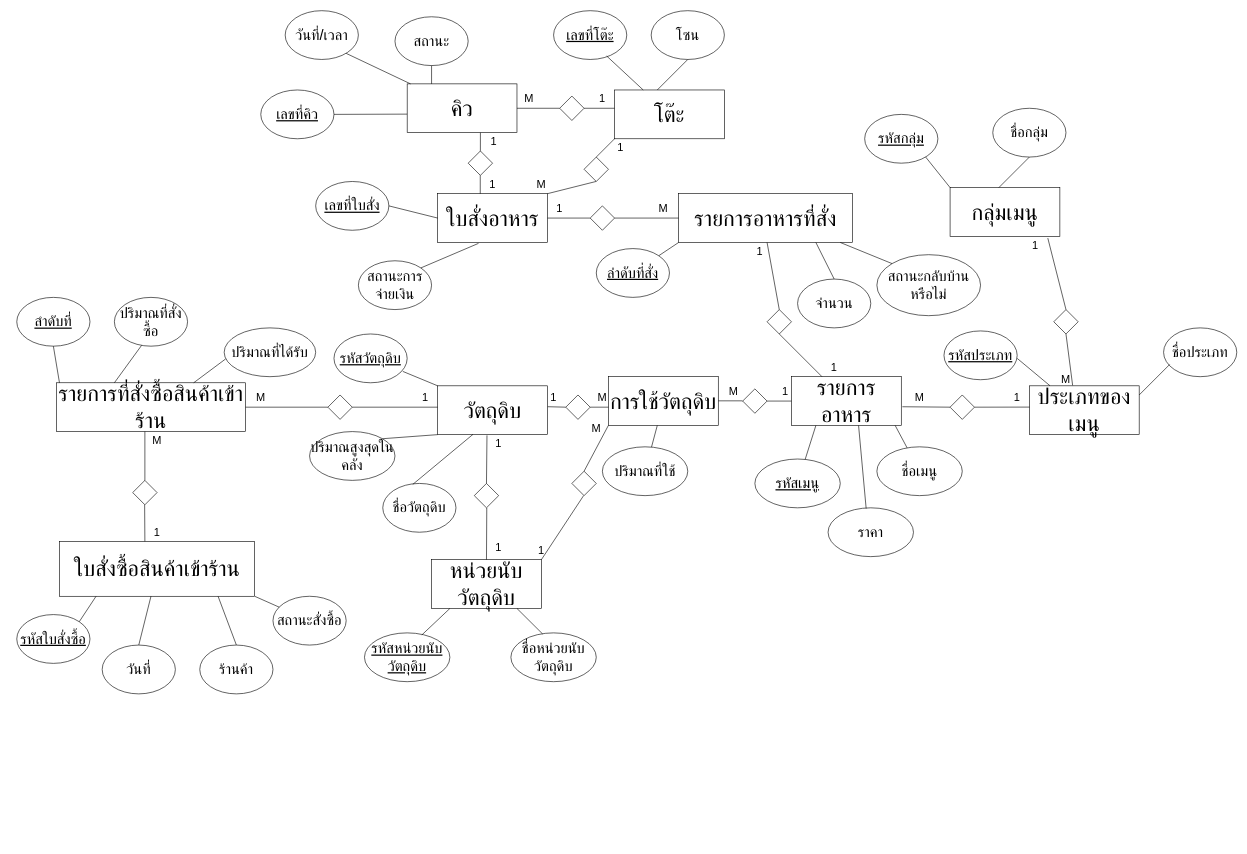
This is แบบแผนที่ยังไม่ได้ตั้งชื่อ.drawio from banthitamakjeen/git-workshop, a draw.io file, before an edit. Source tidied: cells renumbered, new cells numbered last; positions are measured from the earlier drawing's top-left corner, leaving out a move shared by most shapes. Both pictures are drawn from the tidied source at 61%, with x=0, y=0 at pixel (16, 10).
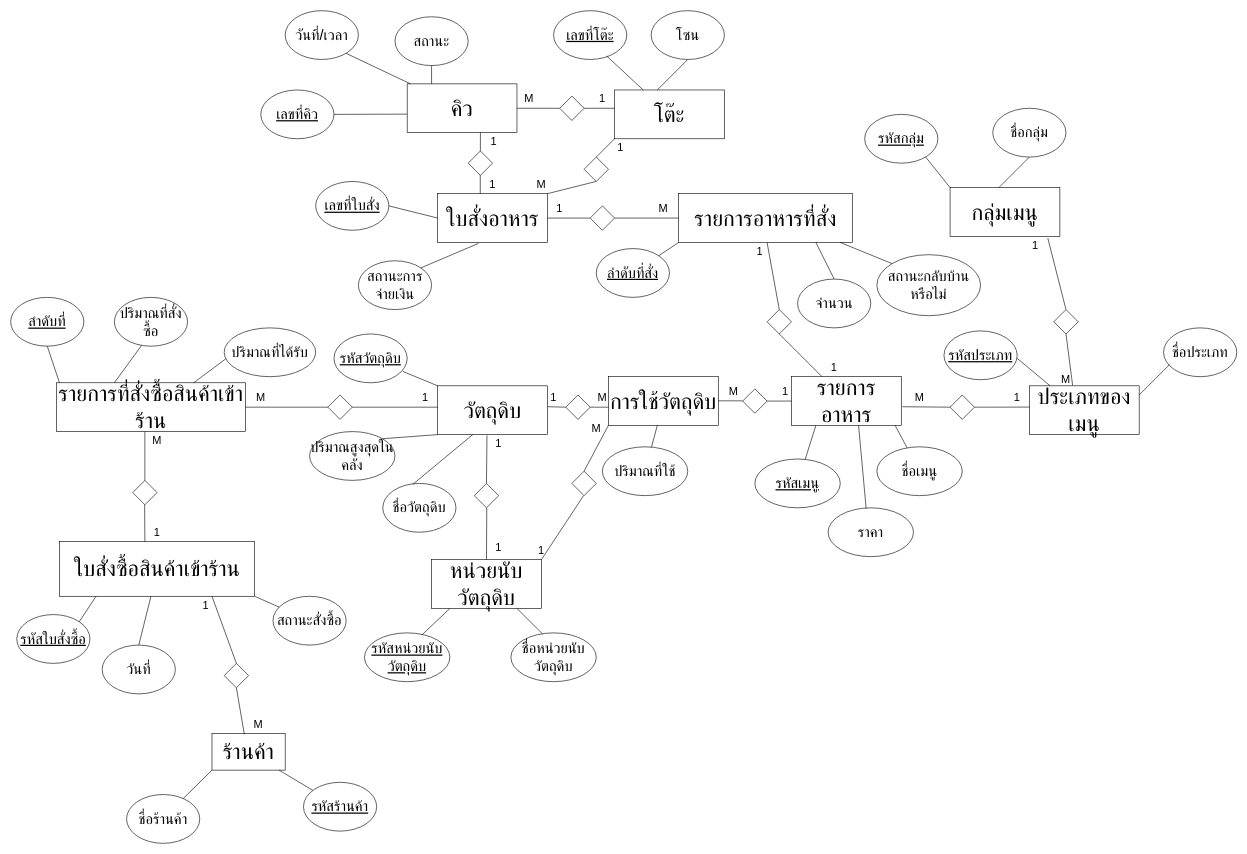
The same diagram, later.

Diff of the diagram source:
```diff
@@
     <mxCell id="11" value="&lt;font style=&quot;font-size: 24px;&quot;&gt;&lt;u&gt;ลำดับที่&lt;/u&gt;&lt;/font&gt;" style="ellipse;whiteSpace=wrap;html=1;" parent="1" vertex="1">
-      <mxGeometry y="470" width="120" height="80" as="geometry" />
+      <mxGeometry x="-10" y="470" width="120" height="80" as="geometry" />
     </mxCell>
@@
-    <mxCell id="16" value="&lt;font style=&quot;font-size: 24px;&quot;&gt;ร้านค้า&lt;/font&gt;" style="ellipse;whiteSpace=wrap;html=1;" parent="1" vertex="1">
-      <mxGeometry x="300" y="1040" width="120" height="80" as="geometry" />
-    </mxCell>
@@
-    <mxCell id="103" style="endArrow=none;html=1;rounded=0;exitX=0.5;exitY=0;exitDx=0;exitDy=0;" parent="1" edge="1" source="16">
-      <mxGeometry relative="1" as="geometry">
-        <mxPoint x="330" y="960" as="targetPoint" />
-      </mxGeometry>
-    </mxCell>
@@
+    <mxCell id="16" value="&lt;font style=&quot;font-size: 36px;&quot;&gt;ร้านค้า&lt;/font&gt;" style="rounded=0;whiteSpace=wrap;html=1;" parent="1" vertex="1">
+      <mxGeometry x="320" y="1185" width="120" height="60" as="geometry" />
+    </mxCell>
+    <mxCell id="139" value="&lt;font style=&quot;font-size: 24px;&quot;&gt;&lt;u&gt;รหัสร้านค้า&lt;/u&gt;&lt;/font&gt;" style="ellipse;whiteSpace=wrap;html=1;" parent="1" vertex="1">
+      <mxGeometry x="470" y="1265" width="120" height="80" as="geometry" />
+    </mxCell>
+    <mxCell id="140" value="&lt;font style=&quot;font-size: 24px;&quot;&gt;ชื่อร้านค้า&lt;/font&gt;" style="ellipse;whiteSpace=wrap;html=1;" parent="1" vertex="1">
+      <mxGeometry x="180" y="1285" width="120" height="80" as="geometry" />
+    </mxCell>
+    <mxCell id="141" style="rhombus;whiteSpace=wrap;html=1;" parent="1" vertex="1">
+      <mxGeometry x="340" y="1070" width="40" height="40" as="geometry" />
+    </mxCell>
+    <mxCell id="142" style="endArrow=none;html=1;rounded=0;exitX=0.5;exitY=0;exitDx=0;exitDy=0;" parent="1" edge="1" source="141">
+      <mxGeometry relative="1" as="geometry">
+        <mxPoint x="320" y="960" as="targetPoint" />
+      </mxGeometry>
+    </mxCell>
+    <mxCell id="143" style="endArrow=none;html=1;rounded=0;entryX=0.5;entryY=1;entryDx=0;entryDy=0;exitX=0.442;exitY=0.021;exitDx=0;exitDy=0;exitPerimeter=0;" parent="1" edge="1" source="16" target="141">
+      <mxGeometry relative="1" as="geometry" />
+    </mxCell>
+    <mxCell id="144" style="endArrow=none;html=1;rounded=0;exitX=0.77;exitY=0.089;exitDx=0;exitDy=0;exitPerimeter=0;" parent="1" edge="1" source="140">
+      <mxGeometry relative="1" as="geometry">
+        <mxPoint x="320" y="1245" as="targetPoint" />
+      </mxGeometry>
+    </mxCell>
+    <mxCell id="145" style="endArrow=none;html=1;rounded=0;" parent="1" edge="1" source="139">
+      <mxGeometry relative="1" as="geometry">
+        <mxPoint x="430" y="1245" as="targetPoint" />
+      </mxGeometry>
+    </mxCell>
+    <mxCell id="146" value="&lt;span style=&quot;font-size: 18px;&quot;&gt;1&lt;/span&gt;" style="text;html=1;align=center;verticalAlign=middle;whiteSpace=wrap;rounded=0;" parent="1" vertex="1">
+      <mxGeometry x="280" y="960" width="60" height="30" as="geometry" />
+    </mxCell>
+    <mxCell id="147" value="&lt;span style=&quot;font-size: 18px;&quot;&gt;M&lt;/span&gt;" style="text;html=1;align=center;verticalAlign=middle;whiteSpace=wrap;rounded=0;" parent="1" vertex="1">
+      <mxGeometry x="366" y="1155" width="60" height="30" as="geometry" />
+    </mxCell>
```
